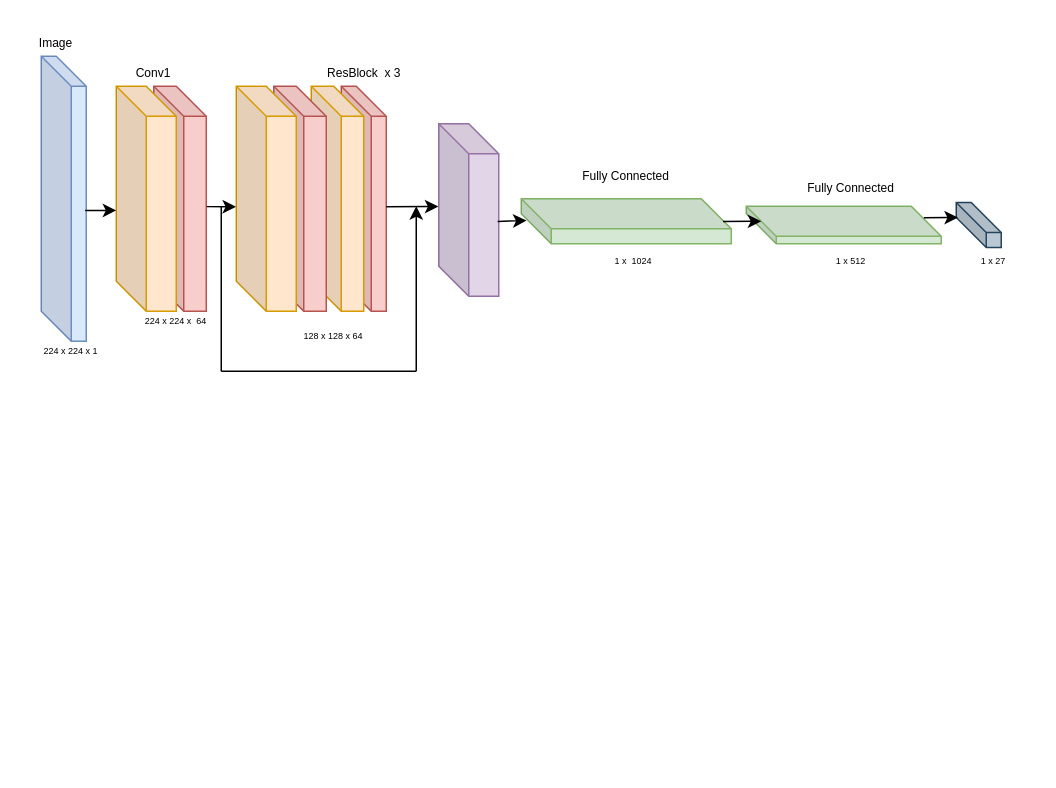
Before: Untitled Diagram.drawio in AryanSarswat/connect-four, a draw.io diagram. Source tidied: cells renumbered, new cells numbered last; positions are measured from the earlier drawing's top-left corner, leaving out a move shared by most shapes. Both pictures are drawn from the tidied source at 150%, with x=0, y=0 at pixel (26, 26).
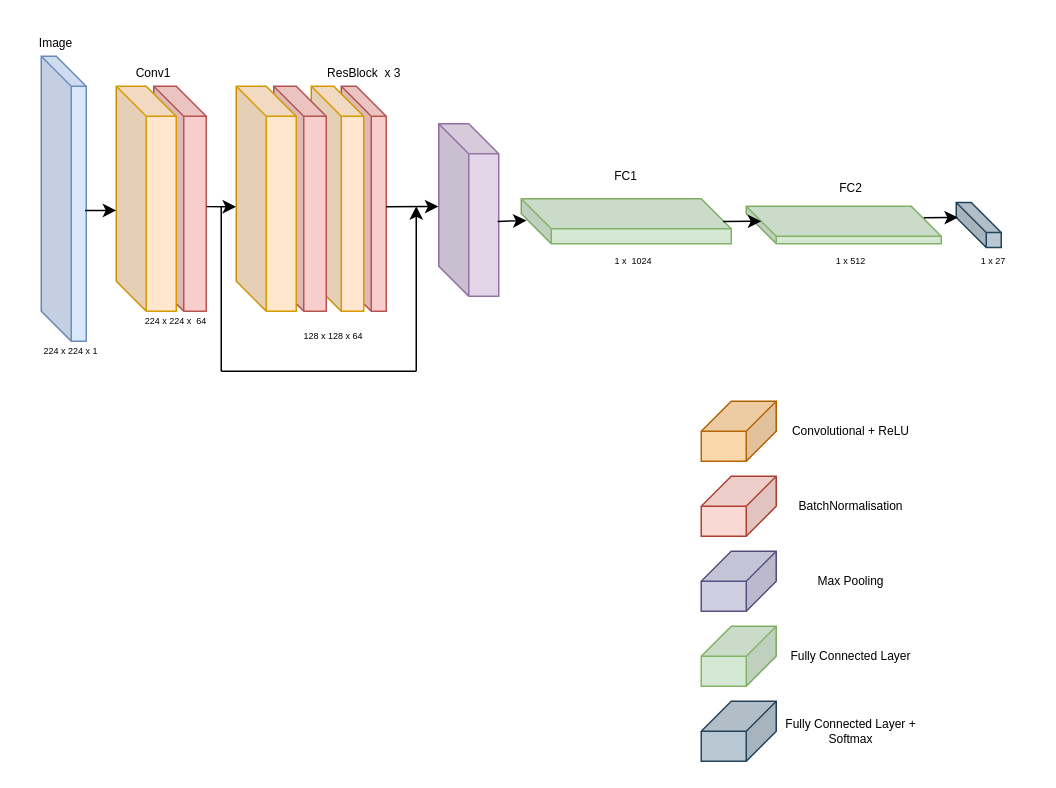
The same diagram, later.

What changed in the source:
```diff
@@
-    <mxCell id="24" value="Fully Connected" style="text;html=1;strokeColor=none;fillColor=none;align=center;verticalAlign=middle;whiteSpace=wrap;rounded=0;fontSize=8;" parent="1" vertex="1">
+    <mxCell id="24" value="FC1" style="text;html=1;strokeColor=none;fillColor=none;align=center;verticalAlign=middle;whiteSpace=wrap;rounded=0;fontSize=8;" parent="1" vertex="1">
       <mxGeometry x="370" y="85" width="60" height="30" as="geometry" />
     </mxCell>
@@
-    <mxCell id="27" value="Fully Connected" style="text;html=1;strokeColor=none;fillColor=none;align=center;verticalAlign=middle;whiteSpace=wrap;rounded=0;fontSize=8;" parent="1" vertex="1">
+    <mxCell id="27" value="FC2" style="text;html=1;strokeColor=none;fillColor=none;align=center;verticalAlign=middle;whiteSpace=wrap;rounded=0;fontSize=8;" parent="1" vertex="1">
       <mxGeometry x="520" y="93" width="60" height="30" as="geometry" />
     </mxCell>
@@
+    <mxCell id="33" style="shape=cube;whiteSpace=wrap;html=1;boundedLbl=1;backgroundOutline=1;darkOpacity=0.05;darkOpacity2=0.1;fontSize=8;flipV=0;flipH=1;fillColor=#fad7ac;strokeColor=#b46504;" parent="1" vertex="1">
+      <mxGeometry x="450" y="250" width="50" height="40" as="geometry" />
+    </mxCell>
+    <mxCell id="34" style="shape=cube;whiteSpace=wrap;html=1;boundedLbl=1;backgroundOutline=1;darkOpacity=0.05;darkOpacity2=0.1;fontSize=8;flipV=0;flipH=1;fillColor=#fad9d5;strokeColor=#ae4132;" parent="1" vertex="1">
+      <mxGeometry x="450" y="300" width="50" height="40" as="geometry" />
+    </mxCell>
+    <mxCell id="35" style="shape=cube;whiteSpace=wrap;html=1;boundedLbl=1;backgroundOutline=1;darkOpacity=0.05;darkOpacity2=0.1;fontSize=8;flipV=0;flipH=1;fillColor=#d0cee2;strokeColor=#56517e;" parent="1" vertex="1">
+      <mxGeometry x="450" y="350" width="50" height="40" as="geometry" />
+    </mxCell>
+    <mxCell id="36" style="shape=cube;whiteSpace=wrap;html=1;boundedLbl=1;backgroundOutline=1;darkOpacity=0.05;darkOpacity2=0.1;fontSize=8;flipV=0;flipH=1;fillColor=#d5e8d4;strokeColor=#82b366;" parent="1" vertex="1">
+      <mxGeometry x="450" y="400" width="50" height="40" as="geometry" />
+    </mxCell>
+    <mxCell id="37" style="shape=cube;whiteSpace=wrap;html=1;boundedLbl=1;backgroundOutline=1;darkOpacity=0.05;darkOpacity2=0.1;fontSize=8;flipV=0;flipH=1;fillColor=#bac8d3;strokeColor=#23445d;" parent="1" vertex="1">
+      <mxGeometry x="450" y="450" width="50" height="40" as="geometry" />
+    </mxCell>
+    <mxCell id="38" value="Convolutional + ReLU" style="text;html=1;strokeColor=none;fillColor=none;align=center;verticalAlign=middle;whiteSpace=wrap;rounded=0;fontSize=8;" parent="1" vertex="1">
+      <mxGeometry x="505" y="255" width="90" height="30" as="geometry" />
+    </mxCell>
+    <mxCell id="39" value="BatchNormalisation" style="text;html=1;strokeColor=none;fillColor=none;align=center;verticalAlign=middle;whiteSpace=wrap;rounded=0;fontSize=8;" parent="1" vertex="1">
+      <mxGeometry x="505" y="305" width="90" height="30" as="geometry" />
+    </mxCell>
+    <mxCell id="40" value="Max Pooling" style="text;html=1;strokeColor=none;fillColor=none;align=center;verticalAlign=middle;whiteSpace=wrap;rounded=0;fontSize=8;" parent="1" vertex="1">
+      <mxGeometry x="505" y="355" width="90" height="30" as="geometry" />
+    </mxCell>
+    <mxCell id="41" value="Fully Connected Layer" style="text;html=1;strokeColor=none;fillColor=none;align=center;verticalAlign=middle;whiteSpace=wrap;rounded=0;fontSize=8;" parent="1" vertex="1">
+      <mxGeometry x="505" y="405" width="90" height="30" as="geometry" />
+    </mxCell>
+    <mxCell id="42" value="Fully Connected Layer +&lt;br&gt;Softmax" style="text;html=1;strokeColor=none;fillColor=none;align=center;verticalAlign=middle;whiteSpace=wrap;rounded=0;fontSize=8;" parent="1" vertex="1">
+      <mxGeometry x="505" y="455" width="90" height="30" as="geometry" />
+    </mxCell>
```
